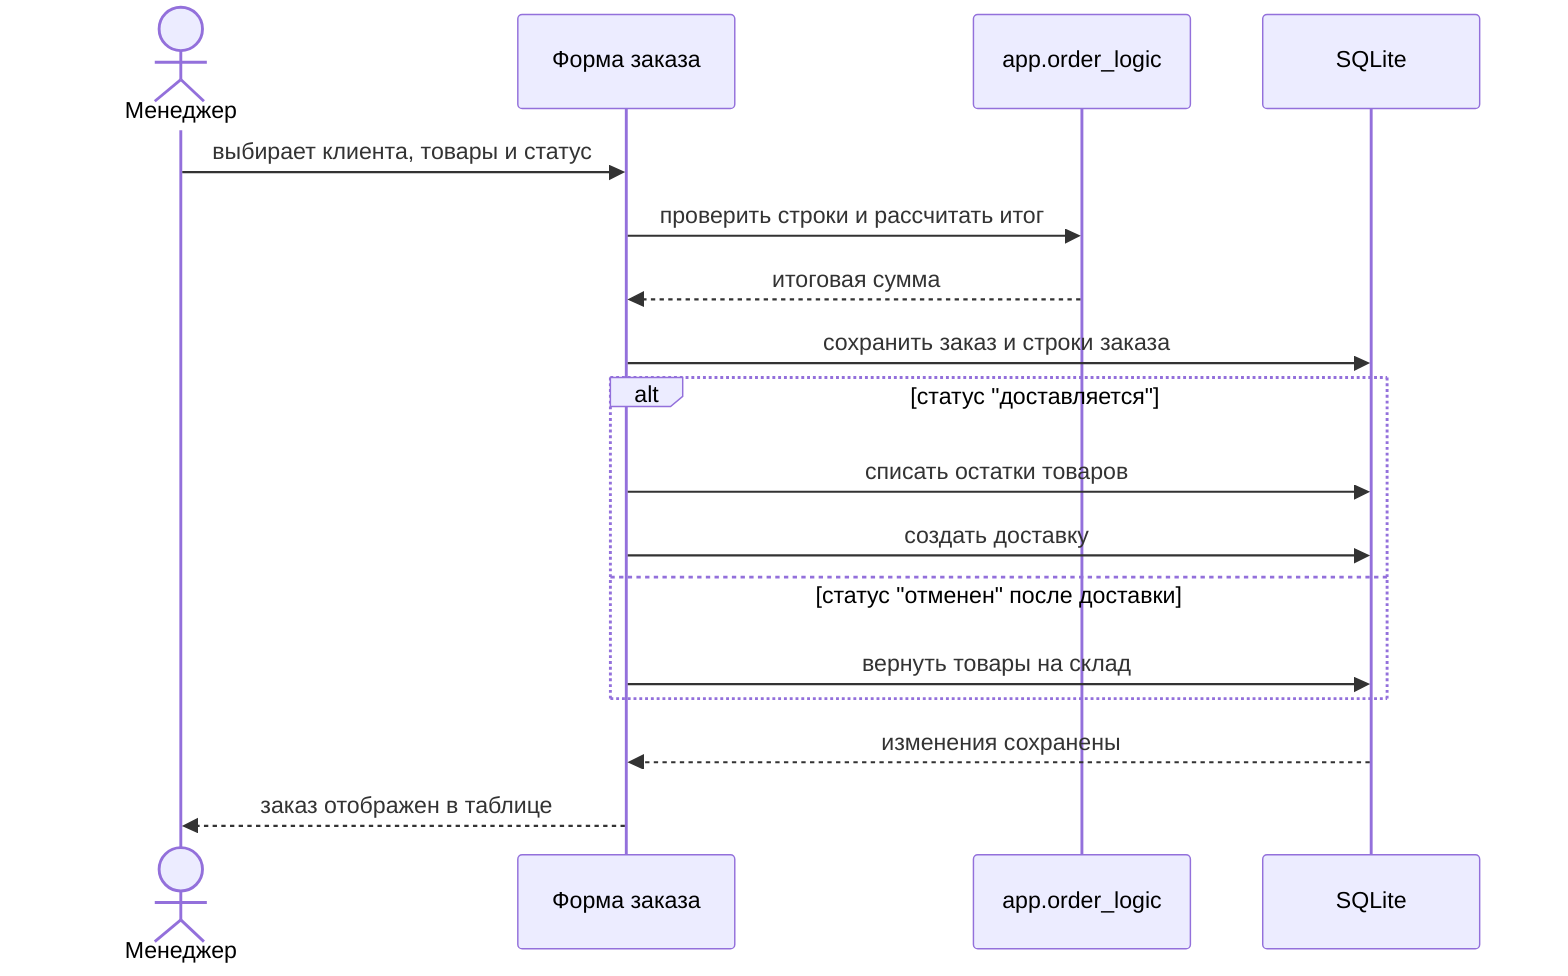
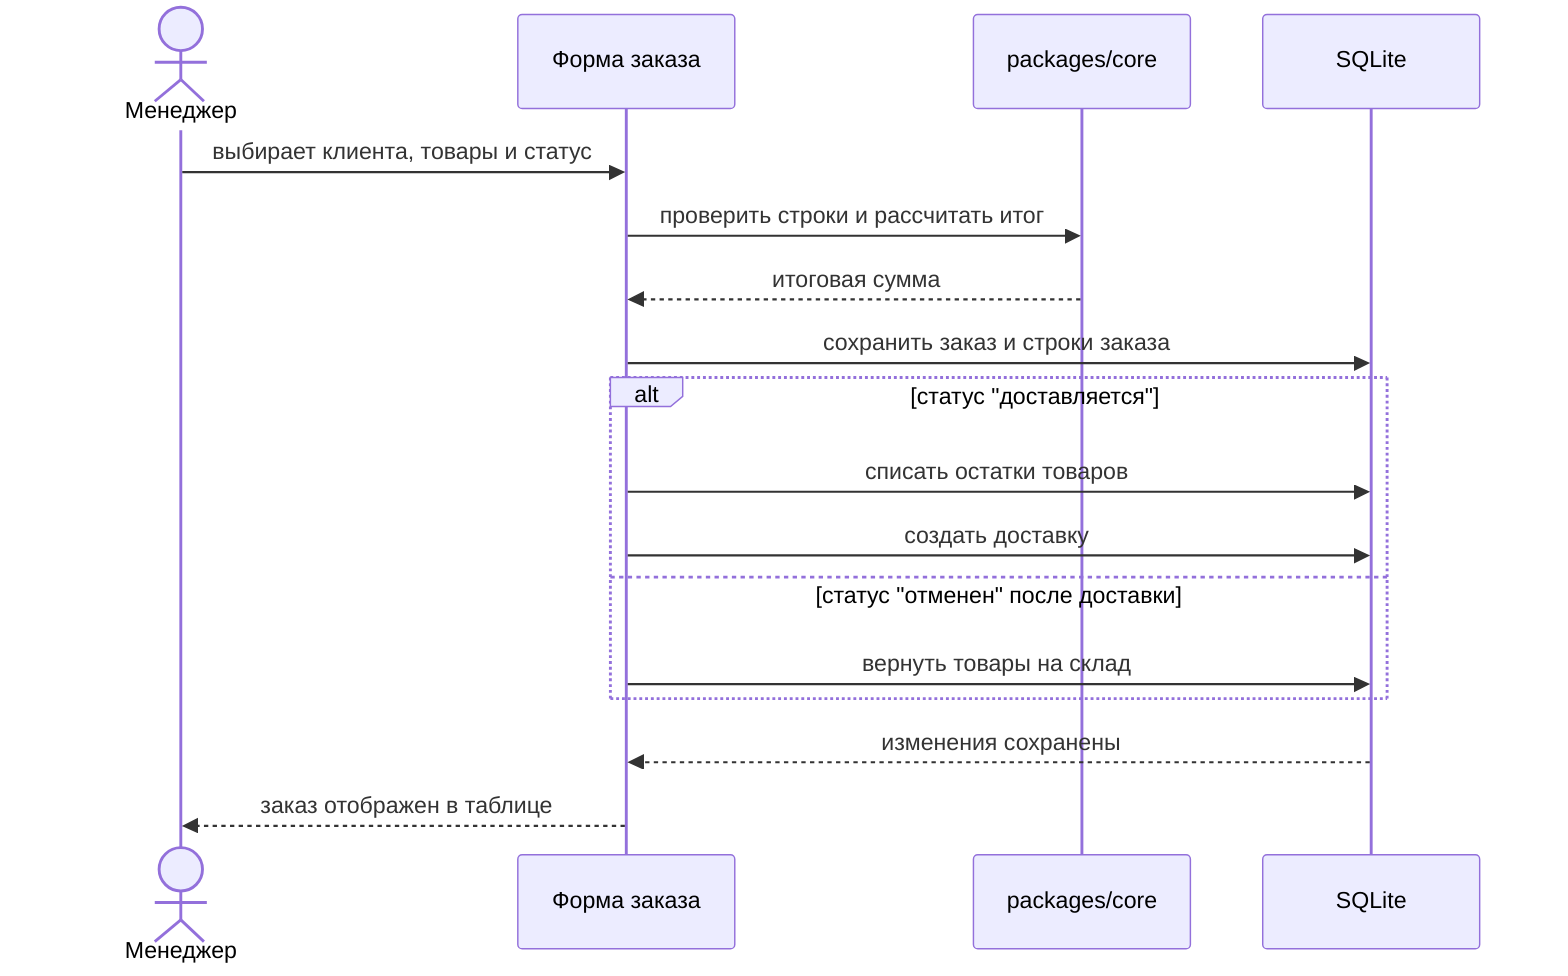
sequenceDiagram
    actor Manager as Менеджер
    participant UI as Форма заказа
-     participant Core as app.order_logic
+     participant Core as packages/core
    participant DB as SQLite

    Manager->>UI: выбирает клиента, товары и статус
    UI->>Core: проверить строки и рассчитать итог
    Core-->>UI: итоговая сумма
    UI->>DB: сохранить заказ и строки заказа
    alt статус "доставляется"
        UI->>DB: списать остатки товаров
        UI->>DB: создать доставку
    else статус "отменен" после доставки
        UI->>DB: вернуть товары на склад
    end
    DB-->>UI: изменения сохранены
    UI-->>Manager: заказ отображен в таблице
